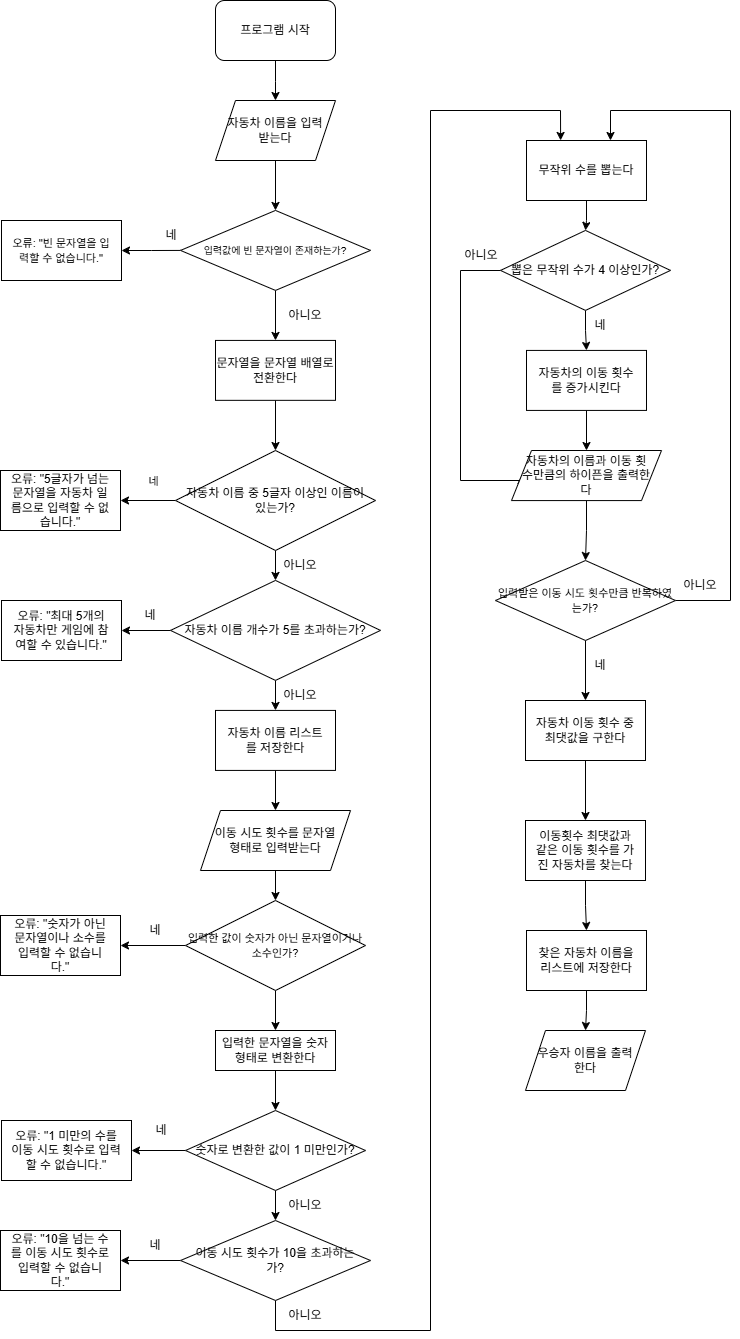
Earlier version of the draw.io export asset/flowChart.png (cyscys06/java-racingcar-8). Source tidied: cells renumbered, new cells last; positions are measured from the earlier drawing's top-left corner, leaving out a move shared by most shapes.
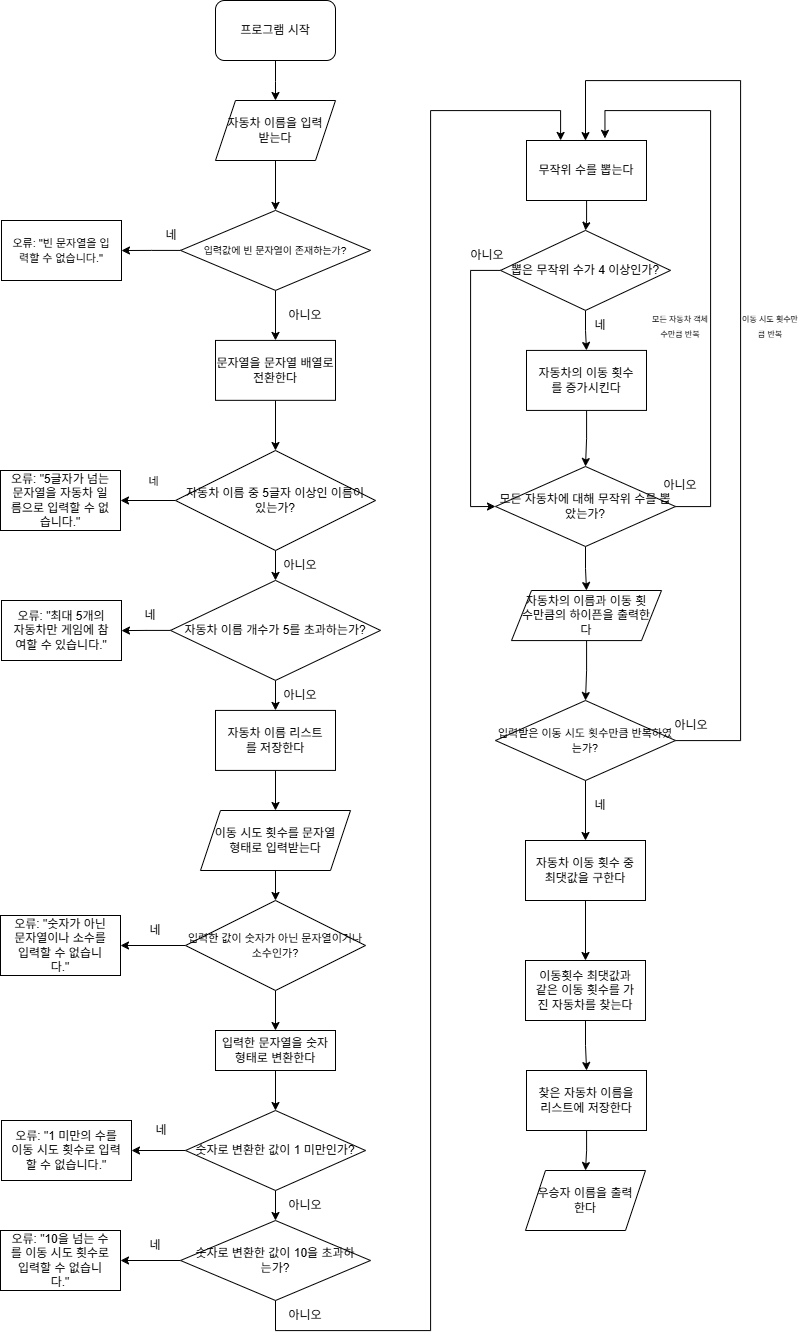
Above is the later version.

Commit message:
docs: 순서도 이미지 파일 수정

What changed in the source:
```diff
@@ -102,7 +102,7 @@
         </Array>
       </mxGeometry>
     </mxCell>
-    <mxCell id="29" value="이동 시도 횟수가 10을 초과하는가?" style="rhombus;whiteSpace=wrap;html=1;spacing=11;" parent="1" vertex="1">
+    <mxCell id="29" value="숫자로 변환한 값이 10을 초과하는가?" style="rhombus;whiteSpace=wrap;html=1;spacing=11;" parent="1" vertex="1">
       <mxGeometry x="180" y="1220" width="190" height="80" as="geometry" />
     </mxCell>
     <mxCell id="30" value="네" style="text;html=1;whiteSpace=wrap;strokeColor=none;fillColor=none;align=center;verticalAlign=middle;rounded=0;spacing=11;" parent="1" vertex="1">
@@ -123,27 +123,26 @@
     <mxCell id="35" value="무작위 수를 뽑는다" style="rounded=0;whiteSpace=wrap;html=1;spacing=11;" parent="1" vertex="1">
       <mxGeometry x="526" y="140" width="120" height="60" as="geometry" />
     </mxCell>
-    <mxCell id="36" style="edgeStyle=orthogonalEdgeStyle;rounded=0;jettySize=auto;html=1;entryX=0;entryY=0.5;entryDx=0;entryDy=0;spacing=11;" parent="1" edge="1" source="38" target="43">
-      <mxGeometry relative="1" as="geometry">
-        <Array as="points">
-          <mxPoint x="460" y="270" />
-          <mxPoint x="460" y="480" />
-          <mxPoint x="521" y="480" />
-        </Array>
-      </mxGeometry>
-    </mxCell>
     <mxCell id="37" style="edgeStyle=orthogonalEdgeStyle;rounded=0;jettySize=auto;html=1;entryX=0.5;entryY=0;entryDx=0;entryDy=0;" parent="1" edge="1" source="38" target="41">
       <mxGeometry relative="1" as="geometry" />
     </mxCell>
+    <mxCell id="72" style="edgeStyle=orthogonalEdgeStyle;rounded=0;jettySize=auto;html=1;entryX=0;entryY=0.5;entryDx=0;entryDy=0;" parent="1" edge="1" source="38" target="76">
+      <mxGeometry relative="1" as="geometry">
+        <Array as="points">
+          <mxPoint x="470" y="270" />
+          <mxPoint x="470" y="506" />
+        </Array>
+      </mxGeometry>
+    </mxCell>
     <mxCell id="38" value="뽑은 무작위 수가 4 이상인가?" style="rhombus;whiteSpace=wrap;html=1;spacing=11;" parent="1" vertex="1">
       <mxGeometry x="500" y="229.9" width="170" height="80" as="geometry" />
     </mxCell>
     <mxCell id="39" value="네" style="text;html=1;whiteSpace=wrap;strokeColor=none;fillColor=none;align=center;verticalAlign=middle;rounded=0;spacing=11;" parent="1" vertex="1">
       <mxGeometry x="570" y="309.9" width="60" height="30" as="geometry" />
     </mxCell>
-    <mxCell id="40" style="edgeStyle=orthogonalEdgeStyle;rounded=0;jettySize=auto;html=1;spacing=11;" parent="1" edge="1" source="41" target="43">
-      <mxGeometry relative="1" as="geometry" />
-    </mxCell>
+    <mxCell id="73" style="edgeStyle=orthogonalEdgeStyle;rounded=0;jettySize=auto;html=1;" parent="1" edge="1" source="41" target="76">
+      <mxGeometry relative="1" as="geometry" />
+    </mxCell>
     <mxCell id="41" value="자동차의 이동 횟수를 증가시킨다" style="rounded=0;whiteSpace=wrap;html=1;spacing=11;" parent="1" vertex="1">
       <mxGeometry x="526" y="349.9" width="120" height="60" as="geometry" />
     </mxCell>
@@ -151,31 +150,31 @@
       <mxGeometry relative="1" as="geometry" />
     </mxCell>
     <mxCell id="43" value="자동차의 이름과 이동 횟수만큼의 하이픈을 출력한다" style="shape=parallelogram;perimeter=parallelogramPerimeter;whiteSpace=wrap;html=1;fixedSize=1;spacing=11;" parent="1" vertex="1">
-      <mxGeometry x="511" y="450" width="150" height="50.1" as="geometry" />
+      <mxGeometry x="511" y="590" width="150" height="50.1" as="geometry" />
     </mxCell>
     <mxCell id="44" value="아니오" style="text;html=1;whiteSpace=wrap;strokeColor=none;fillColor=none;align=center;verticalAlign=middle;rounded=0;spacing=11;" parent="1" vertex="1">
-      <mxGeometry x="451" y="239.9" width="60" height="30" as="geometry" />
+      <mxGeometry x="457" y="240" width="60" height="30" as="geometry" />
     </mxCell>
     <mxCell id="45" style="edgeStyle=orthogonalEdgeStyle;rounded=0;jettySize=auto;html=1;entryX=0.5;entryY=0;entryDx=0;entryDy=0;" parent="1" edge="1" source="46" target="48">
       <mxGeometry relative="1" as="geometry" />
     </mxCell>
     <mxCell id="46" value="자동차 이동 횟수 중 최댓값을 구한다" style="rounded=0;whiteSpace=wrap;html=1;spacing=11;" parent="1" vertex="1">
-      <mxGeometry x="525" y="700" width="120" height="60" as="geometry" />
+      <mxGeometry x="525" y="840" width="120" height="60" as="geometry" />
     </mxCell>
     <mxCell id="47" style="edgeStyle=orthogonalEdgeStyle;rounded=0;jettySize=auto;html=1;spacing=11;" parent="1" edge="1" source="48" target="50">
       <mxGeometry relative="1" as="geometry" />
     </mxCell>
     <mxCell id="48" value="이동횟수 최댓값과 같은 이동 횟수를 가진 자동차를 찾는다" style="rounded=0;whiteSpace=wrap;html=1;spacing=11;" parent="1" vertex="1">
-      <mxGeometry x="525" y="820" width="120" height="60" as="geometry" />
+      <mxGeometry x="525" y="960" width="120" height="60" as="geometry" />
     </mxCell>
     <mxCell id="49" style="edgeStyle=orthogonalEdgeStyle;rounded=0;jettySize=auto;html=1;entryX=0.5;entryY=0;entryDx=0;entryDy=0;" parent="1" edge="1" source="50" target="51">
       <mxGeometry relative="1" as="geometry" />
     </mxCell>
     <mxCell id="50" value="찾은 자동차 이름을 리스트에 저장한다" style="rounded=0;whiteSpace=wrap;html=1;spacing=11;" parent="1" vertex="1">
-      <mxGeometry x="526" y="930" width="120" height="60" as="geometry" />
+      <mxGeometry x="526" y="1070" width="120" height="60" as="geometry" />
     </mxCell>
     <mxCell id="51" value="우승자 이름을 출력한다" style="shape=parallelogram;perimeter=parallelogramPerimeter;whiteSpace=wrap;html=1;fixedSize=1;spacing=11;" parent="1" vertex="1">
-      <mxGeometry x="525" y="1030" width="120" height="60" as="geometry" />
+      <mxGeometry x="525" y="1170" width="120" height="60" as="geometry" />
     </mxCell>
     <mxCell id="52" style="edgeStyle=orthogonalEdgeStyle;rounded=0;jettySize=auto;html=1;entryX=0.5;entryY=0;entryDx=0;entryDy=0;" parent="1" edge="1" source="53" target="12">
       <mxGeometry relative="1" as="geometry" />
@@ -225,23 +224,48 @@
     <mxCell id="67" style="edgeStyle=orthogonalEdgeStyle;rounded=0;jettySize=auto;html=1;entryX=0.5;entryY=0;entryDx=0;entryDy=0;" parent="1" edge="1" source="69" target="46">
       <mxGeometry relative="1" as="geometry" />
     </mxCell>
-    <mxCell id="68" style="edgeStyle=orthogonalEdgeStyle;rounded=0;jettySize=auto;html=1;entryX=0.7;entryY=0;entryDx=0;entryDy=0;entryPerimeter=0;" parent="1" edge="1" source="69" target="35">
+    <mxCell id="68" style="edgeStyle=orthogonalEdgeStyle;rounded=0;jettySize=auto;html=1;entryX=0.5;entryY=0;entryDx=0;entryDy=0;" parent="1" edge="1" source="69" target="35">
       <mxGeometry relative="1" as="geometry">
         <Array as="points">
-          <mxPoint x="730" y="600" />
-          <mxPoint x="730" y="110" />
-          <mxPoint x="610" y="110" />
+          <mxPoint x="740" y="740" />
+          <mxPoint x="740" y="80" />
+          <mxPoint x="585" y="80" />
+          <mxPoint x="585" y="140" />
         </Array>
       </mxGeometry>
     </mxCell>
     <mxCell id="69" value="&lt;font style=&quot;font-size: 11px;&quot;&gt;입력받은 이동 시도 횟수만큼 반복하였는가?&lt;/font&gt;" style="rhombus;whiteSpace=wrap;html=1;" parent="1" vertex="1">
-      <mxGeometry x="495" y="560" width="180" height="80" as="geometry" />
+      <mxGeometry x="495" y="700" width="180" height="80" as="geometry" />
     </mxCell>
     <mxCell id="70" value="네" style="text;html=1;whiteSpace=wrap;strokeColor=none;fillColor=none;align=center;verticalAlign=middle;rounded=0;spacing=11;" parent="1" vertex="1">
-      <mxGeometry x="570" y="649.9" width="60" height="30" as="geometry" />
+      <mxGeometry x="570" y="789.9" width="60" height="30" as="geometry" />
     </mxCell>
     <mxCell id="71" value="아니오" style="text;html=1;whiteSpace=wrap;strokeColor=none;fillColor=none;align=center;verticalAlign=middle;rounded=0;spacing=11;" parent="1" vertex="1">
-      <mxGeometry x="670" y="570" width="60" height="30" as="geometry" />
+      <mxGeometry x="661" y="709.9" width="60" height="30" as="geometry" />
     </mxCell>
+    <mxCell id="74" style="edgeStyle=orthogonalEdgeStyle;rounded=0;jettySize=auto;html=1;entryX=0.5;entryY=0;entryDx=0;entryDy=0;" parent="1" edge="1" source="76" target="43">
+      <mxGeometry relative="1" as="geometry" />
+    </mxCell>
+    <mxCell id="75" style="edgeStyle=orthogonalEdgeStyle;rounded=0;jettySize=auto;html=1;entryX=0.654;entryY=-0.036;entryDx=0;entryDy=0;entryPerimeter=0;" parent="1" edge="1" source="76" target="35">
+      <mxGeometry relative="1" as="geometry">
+        <Array as="points">
+          <mxPoint x="710" y="506" />
+          <mxPoint x="710" y="110" />
+          <mxPoint x="604" y="110" />
+        </Array>
+      </mxGeometry>
+    </mxCell>
+    <mxCell id="76" value="&lt;font&gt;모든 자동차에 대해 무작위 수를 뽑았는가?&lt;/font&gt;" style="rhombus;whiteSpace=wrap;html=1;" parent="1" vertex="1">
+      <mxGeometry x="495" y="466" width="180" height="80" as="geometry" />
+    </mxCell>
+    <mxCell id="77" value="아니오" style="text;html=1;whiteSpace=wrap;strokeColor=none;fillColor=none;align=center;verticalAlign=middle;rounded=0;spacing=11;" parent="1" vertex="1">
+      <mxGeometry x="650" y="470" width="60" height="30" as="geometry" />
+    </mxCell>
+    <mxCell id="78" value="&lt;font style=&quot;font-size: 8px;&quot;&gt;모든 자동차 객체 수만큼 반복&lt;/font&gt;" style="text;html=1;whiteSpace=wrap;strokeColor=none;fillColor=none;align=center;verticalAlign=middle;rounded=0;" parent="1" vertex="1">
+      <mxGeometry x="650" y="309.9" width="60" height="30" as="geometry" />
+    </mxCell>
+    <mxCell id="79" value="&lt;span style=&quot;font-size: 8px;&quot;&gt;이동 시도 횟수만큼 반복&lt;/span&gt;" style="text;html=1;whiteSpace=wrap;strokeColor=none;fillColor=none;align=center;verticalAlign=middle;rounded=0;" parent="1" vertex="1">
+      <mxGeometry x="740" y="309.9" width="60" height="30" as="geometry" />
+    </mxCell>
   </root>
 </mxGraphModel>
```
